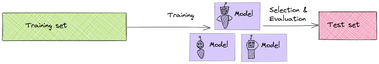
The Excalidraw diagram images/3-validation-select.png in ffund/intro-ml-tss21, before a commit. Source tidied: one line per element, renumbered; positions are measured from the earlier drawing's top-left corner, leaving out a move shared by most shapes.
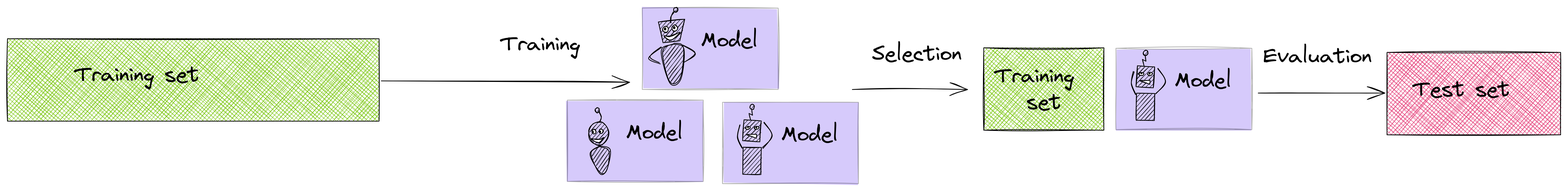
Later version of the same file.

The edit, as a diff of the source:
```diff
@@ -1,45 +1,62 @@
-{"id": 0, "type": "rectangle", "strokeColor": "#000000", "backgroundColor": "#82c91e", "fillStyle": "cross-hatch", "strokeWidth": 1, "roughness": 1, "x": 0, "y": 42, "width": 496, "height": 110}
-{"id": 1, "type": "text", "text": "Training set", "strokeColor": "#000000", "strokeWidth": 1, "roughness": 1, "fontSize": 28, "fontFamily": 1, "x": 93, "y": 74, "width": 166, "height": 35}
-{"id": 2, "type": "rectangle", "strokeColor": "#000000", "backgroundColor": "#e64980", "fillStyle": "cross-hatch", "strokeWidth": 1, "roughness": 1, "x": 1267, "y": 37, "width": 232, "height": 110}
+{"id": 45, "type": "rectangle", "strokeColor": "#000000", "backgroundColor": "#82c91e", "fillStyle": "cross-hatch", "strokeWidth": 1, "roughness": 1, "x": 1880, "y": -16, "width": 496, "height": 110}
+{"id": 46, "type": "text", "text": "Training set", "strokeColor": "#000000", "strokeWidth": 1, "roughness": 1, "fontSize": 28, "fontFamily": 1, "x": 1970, "y": 16, "width": 166, "height": 35}
+{"id": 47, "type": "arrow", "strokeColor": "#000000", "backgroundColor": "#12b886", "fillStyle": "solid", "strokeWidth": 1, "roughness": 1, "startArrowhead": "arrow", "from": 74, "to": 45, "x": 2710, "y": 42, "width": 331, "height": 2, "points": [[0, 0], [-331, -2]]}
+{"id": 6, "type": "text", "text": "Training", "strokeColor": "#000000", "backgroundColor": "#12b886", "fillStyle": "solid", "strokeWidth": 1, "roughness": 1, "fontSize": 28, "fontFamily": 1, "x": 2539, "y": -25, "width": 106, "height": 35}
+{"id": 48, "type": "rectangle", "strokeColor": "#000000", "backgroundColor": "#7950f2", "fillStyle": "solid", "strokeWidth": 1, "roughness": 1, "opacity": 30, "x": 2727, "y": -57, "width": 181, "height": 109}
+{"id": 49, "type": "text", "text": "Model", "strokeColor": "#000000", "backgroundColor": "#228be6", "fillStyle": "solid", "strokeWidth": 1, "roughness": 1, "fontSize": 28, "fontFamily": 1, "x": 2806, "y": -30, "width": 76, "height": 35}
+{"id": 50, "type": "line", "strokeColor": "#000000", "backgroundColor": "#000000", "fillStyle": "hachure", "strokeWidth": 1, "roughness": 1, "x": 2749, "y": -39, "width": 35, "height": 31, "points": [[0, 0], [6, 28], [29, 25], [35, -4], [0, 0]]}
+{"id": 51, "type": "line", "strokeColor": "#000000", "angle": 0.41, "backgroundColor": "#000000", "fillStyle": "hachure", "strokeWidth": 1, "roughness": 1, "round": true, "x": 2769, "y": -38, "width": 3, "height": 14, "points": [[0, 0], [-3, -7], [-2, -14]]}
+{"id": 52, "type": "ellipse", "strokeColor": "#000000", "angle": 6.58, "backgroundColor": "#000000", "fillStyle": "hachure", "strokeWidth": 1, "roughness": 1, "x": 2769, "y": -58, "width": 6, "height": 6}
+{"id": 53, "type": "line", "strokeColor": "#000000", "angle": 6.21, "backgroundColor": "#000000", "fillStyle": "hachure", "strokeWidth": 1, "roughness": 1, "round": true, "x": 2771, "y": -9, "width": 29, "height": 51, "points": [[0, 0], [12, 7], [6, 46], [-8, 50], [-17, 7], [-1, -1]]}
+{"id": 54, "type": "line", "strokeColor": "#000000", "angle": 0.13, "backgroundColor": "#000000", "fillStyle": "hachure", "strokeWidth": 1, "roughness": 1, "round": true, "x": 2780, "y": -7, "width": 17, "height": 21, "points": [[0, 0], [17, 8], [5, 21]]}
+{"id": 55, "type": "line", "strokeColor": "#000000", "angle": 6.08, "backgroundColor": "#000000", "fillStyle": "hachure", "strokeWidth": 1, "roughness": 1, "round": true, "x": 2755, "y": -4, "width": 19, "height": 22, "points": [[0, 0], [-19, 11], [-5, 22]]}
+{"id": 56, "type": "line", "strokeColor": "#000000", "backgroundColor": "#ffffff", "fillStyle": "solid", "strokeWidth": 1, "roughness": 1, "round": true, "x": 2777, "y": -25, "width": 22, "height": 11, "points": [[0, 0], [-9, 5], [-14, 6], [-21, 5], [-12, 11], [0, 1]]}
+{"id": 57, "type": "ellipse", "strokeColor": "#000000", "backgroundColor": "#ffffff", "fillStyle": "solid", "strokeWidth": 1, "roughness": 1, "x": 2755, "y": -33, "width": 7, "height": 8}
+{"id": 58, "type": "ellipse", "strokeColor": "#000000", "backgroundColor": "#000000", "fillStyle": "solid", "strokeWidth": 1, "roughness": 0, "x": 2757, "y": -31, "width": 2, "height": 3}
+{"id": 59, "type": "ellipse", "strokeColor": "#000000", "backgroundColor": "#ffffff", "fillStyle": "solid", "strokeWidth": 1, "roughness": 1, "x": 2767, "y": -35, "width": 7, "height": 8}
+{"id": 60, "type": "ellipse", "strokeColor": "#000000", "backgroundColor": "#000000", "fillStyle": "solid", "strokeWidth": 1, "roughness": 0, "x": 2769, "y": -33, "width": 2, "height": 3}
+{"id": 61, "type": "rectangle", "strokeColor": "#000000", "backgroundColor": "#7950f2", "fillStyle": "solid", "strokeWidth": 1, "roughness": 1, "opacity": 30, "x": 2834, "y": 68, "width": 181, "height": 109}
+{"id": 62, "type": "text", "text": "Model", "strokeColor": "#000000", "backgroundColor": "#228be6", "fillStyle": "solid", "strokeWidth": 1, "roughness": 1, "fontSize": 28, "fontFamily": 1, "x": 2913, "y": 95, "width": 76, "height": 35}
+{"id": 63, "type": "rectangle", "strokeColor": "#000000", "angle": 0.01, "backgroundColor": "#000000", "fillStyle": "hachure", "strokeWidth": 1, "roughness": 1, "x": 2862, "y": 129, "width": 24, "height": 36}
+{"id": 64, "type": "rectangle", "strokeColor": "#000000", "angle": 0.07, "backgroundColor": "#000000", "fillStyle": "hachure", "strokeWidth": 1, "roughness": 1, "x": 2862, "y": 92, "width": 23, "height": 28}
+{"id": 65, "type": "ellipse", "strokeColor": "#000000", "angle": 6.17, "backgroundColor": "#ffffff", "fillStyle": "solid", "strokeWidth": 1, "roughness": 1, "x": 2877, "y": 101, "width": 7, "height": 4}
+{"id": 66, "type": "ellipse", "strokeColor": "#000000", "angle": 6.17, "backgroundColor": "#ffffff", "fillStyle": "solid", "strokeWidth": 1, "roughness": 1, "x": 2865, "y": 101, "width": 7, "height": 4}
+{"id": 67, "type": "ellipse", "strokeColor": "#000000", "angle": 6.28, "backgroundColor": "#000000", "fillStyle": "hachure", "strokeWidth": 1, "roughness": 1, "x": 2871, "y": 71, "width": 6, "height": 7}
+{"id": 68, "type": "line", "strokeColor": "#000000", "angle": 0.11, "backgroundColor": "#000000", "fillStyle": "solid", "strokeWidth": 1, "roughness": 1, "round": true, "x": 2890, "y": 130, "width": 13, "height": 34, "points": [[0, 0], [11, -17], [-1, -34]]}
+{"id": 69, "type": "line", "strokeColor": "#000000", "angle": 6.17, "backgroundColor": "#000000", "fillStyle": "solid", "strokeWidth": 1, "roughness": 1, "round": true, "x": 2859, "y": 130, "width": 5, "height": 31, "points": [[0, 0], [-5, -16], [1, -31]]}
+{"id": 70, "type": "line", "strokeColor": "#000000", "backgroundColor": "#ffffff", "fillStyle": "solid", "strokeWidth": 1, "roughness": 1, "x": 2866, "y": 112, "width": 14, "height": 5, "points": [[0, 0], [14, 0], [14, 5], [0, 0]]}
+{"id": 71, "type": "line", "strokeColor": "#000000", "backgroundColor": "#000000", "fillStyle": "hachure", "strokeWidth": 1, "roughness": 1, "x": 2872, "y": 92, "width": 5, "height": 15, "points": [[0, 0], [-2, -9], [2, -7], [1, -15]]}
+{"id": 72, "type": "ellipse", "strokeColor": "#000000", "backgroundColor": "#000000", "fillStyle": "solid", "strokeWidth": 1, "roughness": 0, "x": 2879, "y": 101, "width": 1, "height": 2}
+{"id": 73, "type": "ellipse", "strokeColor": "#000000", "backgroundColor": "#000000", "fillStyle": "solid", "strokeWidth": 1, "roughness": 0, "x": 2868, "y": 101, "width": 1, "height": 2}
+{"id": 74, "type": "rectangle", "strokeColor": "#000000", "backgroundColor": "#7950f2", "fillStyle": "solid", "strokeWidth": 1, "roughness": 1, "opacity": 30, "x": 2627, "y": 66, "width": 181, "height": 109}
+{"id": 75, "type": "text", "text": "Model", "strokeColor": "#000000", "backgroundColor": "#228be6", "fillStyle": "solid", "strokeWidth": 1, "roughness": 1, "fontSize": 28, "fontFamily": 1, "x": 2706, "y": 92, "width": 76, "height": 35}
+{"id": 76, "type": "line", "strokeColor": "#000000", "angle": 6.17, "backgroundColor": "#000000", "fillStyle": "hachure", "strokeWidth": 1, "roughness": 1, "round": true, "x": 2670, "y": 94, "width": 3, "height": 14, "points": [[0, 0], [3, -6], [0, -14]]}
+{"id": 77, "type": "ellipse", "strokeColor": "#000000", "angle": 6.17, "backgroundColor": "#000000", "fillStyle": "hachure", "strokeWidth": 1, "roughness": 1, "x": 2664, "y": 76, "width": 6, "height": 7}
+{"id": 78, "type": "ellipse", "strokeColor": "#000000", "backgroundColor": "#000000", "fillStyle": "hachure", "strokeWidth": 1, "roughness": 1, "x": 2656, "y": 94, "width": 27, "height": 31}
+{"id": 79, "type": "line", "strokeColor": "#000000", "angle": 6.17, "backgroundColor": "#000000", "fillStyle": "hachure", "strokeWidth": 1, "roughness": 1, "round": true, "x": 2673, "y": 128, "width": 26, "height": 35, "points": [[0, 0], [12, 7], [6, 32], [-4, 35], [-13, 8], [0, 0]]}
+{"id": 80, "type": "line", "strokeColor": "#000000", "backgroundColor": "#ffffff", "fillStyle": "solid", "strokeWidth": 1, "roughness": 1, "round": true, "x": 2672, "y": 118, "width": 16, "height": 7, "points": [[0, 0], [-6, 0], [-13, 0], [-4, 5], [3, -2], [0, 0]]}
+{"id": 81, "type": "ellipse", "strokeColor": "#000000", "backgroundColor": "#ffffff", "fillStyle": "solid", "strokeWidth": 1, "roughness": 1, "x": 2670, "y": 104, "width": 5, "height": 6}
+{"id": 82, "type": "ellipse", "strokeColor": "#000000", "backgroundColor": "#000000", "fillStyle": "solid", "strokeWidth": 1, "roughness": 0, "x": 2670, "y": 107, "width": 2, "height": 2}
+{"id": 83, "type": "ellipse", "strokeColor": "#000000", "backgroundColor": "#ffffff", "fillStyle": "solid", "strokeWidth": 1, "roughness": 1, "x": 2660, "y": 105, "width": 6, "height": 6}
+{"id": 84, "type": "ellipse", "strokeColor": "#000000", "backgroundColor": "#000000", "fillStyle": "solid", "strokeWidth": 1, "roughness": 0, "x": 2661, "y": 107, "width": 1, "height": 2}
+{"id": 85, "type": "rectangle", "strokeColor": "#000000", "backgroundColor": "#82c91e", "fillStyle": "cross-hatch", "strokeWidth": 1, "roughness": 1, "x": 3183, "y": -4, "width": 160, "height": 110}
+{"id": 86, "type": "text", "text": "Training \n   set ", "strokeColor": "#000000", "strokeWidth": 1, "roughness": 1, "fontSize": 28, "fontFamily": 1, "x": 3198, "y": 17, "width": 120, "height": 70}
+{"id": 87, "type": "arrow", "strokeColor": "#000000", "backgroundColor": "#12b886", "fillStyle": "solid", "strokeWidth": 1, "roughness": 1, "endArrowhead": "arrow", "from": 61, "to": 85, "x": 3008, "y": 51, "width": 154, "height": 0, "points": [[0, 0], [154, 0]]}
+{"id": 88, "type": "text", "text": "Selection", "strokeColor": "#000000", "backgroundColor": "#12b886", "fillStyle": "solid", "strokeWidth": 1, "roughness": 1, "fontSize": 28, "fontFamily": 1, "x": 3034, "y": -12, "width": 120, "height": 35}
+{"id": 89, "type": "rectangle", "strokeColor": "#000000", "backgroundColor": "#7950f2", "fillStyle": "solid", "strokeWidth": 1, "roughness": 1, "opacity": 30, "x": 3360, "y": -4, "width": 181, "height": 109}
+{"id": 90, "type": "text", "text": "Model", "strokeColor": "#000000", "backgroundColor": "#228be6", "fillStyle": "solid", "strokeWidth": 1, "roughness": 1, "fontSize": 28, "fontFamily": 1, "x": 3438, "y": 23, "width": 76, "height": 35}
+{"id": 91, "type": "rectangle", "strokeColor": "#000000", "angle": 0.01, "backgroundColor": "#000000", "fillStyle": "hachure", "strokeWidth": 1, "roughness": 1, "x": 3387, "y": 56, "width": 24, "height": 36}
+{"id": 92, "type": "rectangle", "strokeColor": "#000000", "angle": 0.07, "backgroundColor": "#000000", "fillStyle": "hachure", "strokeWidth": 1, "roughness": 1, "x": 3387, "y": 20, "width": 23, "height": 28}
+{"id": 93, "type": "ellipse", "strokeColor": "#000000", "angle": 6.17, "backgroundColor": "#ffffff", "fillStyle": "solid", "strokeWidth": 1, "roughness": 1, "x": 3402, "y": 29, "width": 7, "height": 4}
+{"id": 94, "type": "ellipse", "strokeColor": "#000000", "angle": 6.17, "backgroundColor": "#ffffff", "fillStyle": "solid", "strokeWidth": 1, "roughness": 1, "x": 3390, "y": 29, "width": 7, "height": 4}
+{"id": 95, "type": "ellipse", "strokeColor": "#000000", "angle": 6.28, "backgroundColor": "#000000", "fillStyle": "hachure", "strokeWidth": 1, "roughness": 1, "x": 3396, "y": -1, "width": 6, "height": 7}
+{"id": 96, "type": "line", "strokeColor": "#000000", "angle": 0.11, "backgroundColor": "#000000", "fillStyle": "solid", "strokeWidth": 1, "roughness": 1, "round": true, "x": 3415, "y": 58, "width": 13, "height": 34, "points": [[0, 0], [11, -17], [-1, -34]]}
+{"id": 97, "type": "line", "strokeColor": "#000000", "angle": 6.17, "backgroundColor": "#000000", "fillStyle": "solid", "strokeWidth": 1, "roughness": 1, "round": true, "x": 3384, "y": 58, "width": 5, "height": 31, "points": [[0, 0], [-5, -16], [1, -31]]}
+{"id": 98, "type": "line", "strokeColor": "#000000", "backgroundColor": "#ffffff", "fillStyle": "solid", "strokeWidth": 1, "roughness": 1, "x": 3391, "y": 39, "width": 14, "height": 5, "points": [[0, 0], [14, 0], [14, 5], [0, 0]]}
+{"id": 99, "type": "line", "strokeColor": "#000000", "backgroundColor": "#000000", "fillStyle": "hachure", "strokeWidth": 1, "roughness": 1, "x": 3397, "y": 20, "width": 5, "height": 15, "points": [[0, 0], [-2, -9], [2, -7], [1, -15]]}
+{"id": 100, "type": "ellipse", "strokeColor": "#000000", "backgroundColor": "#000000", "fillStyle": "solid", "strokeWidth": 1, "roughness": 0, "x": 3404, "y": 29, "width": 1, "height": 2}
+{"id": 101, "type": "ellipse", "strokeColor": "#000000", "backgroundColor": "#000000", "fillStyle": "solid", "strokeWidth": 1, "roughness": 0, "x": 3393, "y": 29, "width": 1, "height": 2}
+{"id": 102, "type": "rectangle", "strokeColor": "#000000", "backgroundColor": "#e64980", "fillStyle": "cross-hatch", "strokeWidth": 1, "roughness": 1, "x": 3721, "y": 2, "width": 232, "height": 110}
-{"id": 3, "type": "text", "text": "Test set", "strokeColor": "#000000", "strokeWidth": 1, "roughness": 1, "fontSize": 28, "fontFamily": 1, "x": 1302, "y": 71, "width": 129, "height": 35}
+{"id": 3, "type": "text", "text": "Test set", "strokeColor": "#000000", "strokeWidth": 1, "roughness": 1, "fontSize": 28, "fontFamily": 1, "x": 3756, "y": 35, "width": 129, "height": 35}
-{"id": 4, "type": "arrow", "strokeColor": "#000000", "backgroundColor": "#12b886", "fillStyle": "solid", "strokeWidth": 1, "roughness": 1, "startArrowhead": "arrow", "from": 8, "to": 0, "x": 833, "y": 100, "width": 334, "height": 2, "points": [[0, 0], [-334, -2]]}
-{"id": 5, "type": "arrow", "strokeColor": "#000000", "backgroundColor": "#12b886", "fillStyle": "solid", "strokeWidth": 1, "roughness": 1, "endArrowhead": "arrow", "from": 8, "to": 2, "x": 1043, "y": 93, "width": 221, "height": 1, "points": [[0, 0], [221, -1]]}
-{"id": 6, "type": "text", "text": "Training", "strokeColor": "#000000", "backgroundColor": "#12b886", "fillStyle": "solid", "strokeWidth": 1, "roughness": 1, "fontSize": 28, "fontFamily": 1, "x": 661, "y": 33, "width": 106, "height": 35}
-{"id": 7, "type": "text", "text": "Selection &\nEvaluation", "strokeColor": "#000000", "backgroundColor": "#12b886", "fillStyle": "solid", "strokeWidth": 1, "roughness": 1, "fontSize": 28, "fontFamily": 1, "x": 1070, "y": 13, "width": 154, "height": 70}
-{"id": 8, "type": "rectangle", "strokeColor": "#000000", "backgroundColor": "#7950f2", "fillStyle": "solid", "strokeWidth": 1, "roughness": 1, "opacity": 30, "x": 850, "y": 1, "width": 181, "height": 109}
-{"id": 9, "type": "text", "text": "Model", "strokeColor": "#000000", "backgroundColor": "#228be6", "fillStyle": "solid", "strokeWidth": 1, "roughness": 1, "fontSize": 28, "fontFamily": 1, "x": 929, "y": 28, "width": 76, "height": 35}
-{"id": 10, "type": "line", "strokeColor": "#000000", "backgroundColor": "#000000", "fillStyle": "hachure", "strokeWidth": 1, "roughness": 1, "x": 872, "y": 19, "width": 35, "height": 31, "points": [[0, 0], [6, 28], [29, 25], [35, -4], [0, 0]]}
-{"id": 11, "type": "line", "strokeColor": "#000000", "angle": 0.41, "backgroundColor": "#000000", "fillStyle": "hachure", "strokeWidth": 1, "roughness": 1, "x": 891, "y": 20, "width": 3, "height": 14, "points": [[0, 0], [-3, -7], [-2, -14]]}
-{"id": 12, "type": "ellipse", "strokeColor": "#000000", "angle": 6.58, "backgroundColor": "#000000", "fillStyle": "hachure", "strokeWidth": 1, "roughness": 1, "x": 892, "y": 0, "width": 6, "height": 6}
-{"id": 13, "type": "line", "strokeColor": "#000000", "angle": 6.21, "backgroundColor": "#000000", "fillStyle": "hachure", "strokeWidth": 1, "roughness": 1, "x": 894, "y": 49, "width": 29, "height": 51, "points": [[0, 0], [12, 7], [6, 46], [-8, 50], [-17, 7], [-1, -1]]}
-{"id": 14, "type": "line", "strokeColor": "#000000", "angle": 0.13, "backgroundColor": "#000000", "fillStyle": "hachure", "strokeWidth": 1, "roughness": 1, "x": 903, "y": 52, "width": 17, "height": 21, "points": [[0, 0], [17, 8], [5, 21]]}
-{"id": 15, "type": "line", "strokeColor": "#000000", "angle": 6.08, "backgroundColor": "#000000", "fillStyle": "hachure", "strokeWidth": 1, "roughness": 1, "x": 878, "y": 54, "width": 19, "height": 22, "points": [[0, 0], [-19, 11], [-5, 22]]}
-{"id": 16, "type": "line", "strokeColor": "#000000", "backgroundColor": "#ffffff", "fillStyle": "solid", "strokeWidth": 1, "roughness": 1, "x": 900, "y": 33, "width": 22, "height": 11, "points": [[0, 0], [-9, 5], [-14, 6], [-21, 5], [-12, 11], [0, 1]]}
-{"id": 17, "type": "ellipse", "strokeColor": "#000000", "backgroundColor": "#ffffff", "fillStyle": "solid", "strokeWidth": 1, "roughness": 1, "x": 878, "y": 25, "width": 7, "height": 8}
-{"id": 18, "type": "ellipse", "strokeColor": "#000000", "backgroundColor": "#000000", "fillStyle": "solid", "strokeWidth": 1, "roughness": 0, "x": 879, "y": 27, "width": 2, "height": 3}
-{"id": 19, "type": "ellipse", "strokeColor": "#000000", "backgroundColor": "#ffffff", "fillStyle": "solid", "strokeWidth": 1, "roughness": 1, "x": 890, "y": 23, "width": 7, "height": 8}
-{"id": 20, "type": "ellipse", "strokeColor": "#000000", "backgroundColor": "#000000", "fillStyle": "solid", "strokeWidth": 1, "roughness": 0, "x": 892, "y": 25, "width": 2, "height": 3}
-{"id": 21, "type": "rectangle", "strokeColor": "#000000", "backgroundColor": "#7950f2", "fillStyle": "solid", "strokeWidth": 1, "roughness": 1, "opacity": 30, "x": 957, "y": 127, "width": 181, "height": 109}
-{"id": 22, "type": "text", "text": "Model", "strokeColor": "#000000", "backgroundColor": "#228be6", "fillStyle": "solid", "strokeWidth": 1, "roughness": 1, "fontSize": 28, "fontFamily": 1, "x": 1036, "y": 153, "width": 76, "height": 35}
-{"id": 23, "type": "rectangle", "strokeColor": "#000000", "angle": 0.01, "backgroundColor": "#000000", "fillStyle": "hachure", "strokeWidth": 1, "roughness": 1, "x": 984, "y": 187, "width": 24, "height": 36}
-{"id": 24, "type": "rectangle", "strokeColor": "#000000", "angle": 0.07, "backgroundColor": "#000000", "fillStyle": "hachure", "strokeWidth": 1, "roughness": 1, "x": 985, "y": 151, "width": 23, "height": 28}
-{"id": 25, "type": "ellipse", "strokeColor": "#000000", "angle": 6.17, "backgroundColor": "#ffffff", "fillStyle": "solid", "strokeWidth": 1, "roughness": 1, "x": 999, "y": 159, "width": 7, "height": 4}
-{"id": 26, "type": "ellipse", "strokeColor": "#000000", "angle": 6.17, "backgroundColor": "#ffffff", "fillStyle": "solid", "strokeWidth": 1, "roughness": 1, "x": 988, "y": 159, "width": 7, "height": 4}
-{"id": 27, "type": "ellipse", "strokeColor": "#000000", "angle": 6.28, "backgroundColor": "#000000", "fillStyle": "hachure", "strokeWidth": 1, "roughness": 1, "x": 994, "y": 129, "width": 6, "height": 7}
-{"id": 28, "type": "line", "strokeColor": "#000000", "angle": 0.11, "backgroundColor": "#000000", "fillStyle": "solid", "strokeWidth": 1, "roughness": 1, "x": 1012, "y": 188, "width": 13, "height": 34, "points": [[0, 0], [11, -17], [-1, -34]]}
-{"id": 29, "type": "line", "strokeColor": "#000000", "angle": 6.17, "backgroundColor": "#000000", "fillStyle": "solid", "strokeWidth": 1, "roughness": 1, "x": 982, "y": 188, "width": 5, "height": 31, "points": [[0, 0], [-5, -16], [1, -31]]}
-{"id": 30, "type": "line", "strokeColor": "#000000", "backgroundColor": "#ffffff", "fillStyle": "solid", "strokeWidth": 1, "roughness": 1, "x": 989, "y": 170, "width": 14, "height": 5, "points": [[0, 0], [14, 0], [14, 5], [0, 0]]}
-{"id": 31, "type": "line", "strokeColor": "#000000", "backgroundColor": "#000000", "fillStyle": "hachure", "strokeWidth": 1, "roughness": 1, "x": 995, "y": 151, "width": 5, "height": 15, "points": [[0, 0], [-2, -9], [2, -7], [1, -15]]}
-{"id": 32, "type": "ellipse", "strokeColor": "#000000", "backgroundColor": "#000000", "fillStyle": "solid", "strokeWidth": 1, "roughness": 0, "x": 1002, "y": 160, "width": 1, "height": 2}
-{"id": 33, "type": "ellipse", "strokeColor": "#000000", "backgroundColor": "#000000", "fillStyle": "solid", "strokeWidth": 1, "roughness": 0, "x": 991, "y": 159, "width": 1, "height": 2}
-{"id": 34, "type": "rectangle", "strokeColor": "#000000", "backgroundColor": "#7950f2", "fillStyle": "solid", "strokeWidth": 1, "roughness": 1, "opacity": 30, "x": 750, "y": 124, "width": 181, "height": 109}
-{"id": 35, "type": "text", "text": "Model", "strokeColor": "#000000", "backgroundColor": "#228be6", "fillStyle": "solid", "strokeWidth": 1, "roughness": 1, "fontSize": 28, "fontFamily": 1, "x": 829, "y": 151, "width": 76, "height": 35}
-{"id": 36, "type": "line", "strokeColor": "#000000", "angle": 6.17, "backgroundColor": "#000000", "fillStyle": "hachure", "strokeWidth": 1, "roughness": 1, "x": 792, "y": 153, "width": 3, "height": 14, "points": [[0, 0], [3, -6], [0, -14]]}
-{"id": 37, "type": "ellipse", "strokeColor": "#000000", "angle": 6.17, "backgroundColor": "#000000", "fillStyle": "hachure", "strokeWidth": 1, "roughness": 1, "x": 787, "y": 134, "width": 6, "height": 7}
-{"id": 38, "type": "ellipse", "strokeColor": "#000000", "backgroundColor": "#000000", "fillStyle": "hachure", "strokeWidth": 1, "roughness": 1, "x": 779, "y": 153, "width": 27, "height": 31}
-{"id": 39, "type": "line", "strokeColor": "#000000", "angle": 6.17, "backgroundColor": "#000000", "fillStyle": "hachure", "strokeWidth": 1, "roughness": 1, "x": 796, "y": 186, "width": 26, "height": 35, "points": [[0, 0], [12, 7], [6, 32], [-4, 35], [-13, 8], [0, 0]]}
-{"id": 40, "type": "line", "strokeColor": "#000000", "backgroundColor": "#ffffff", "fillStyle": "solid", "strokeWidth": 1, "roughness": 1, "x": 795, "y": 176, "width": 16, "height": 7, "points": [[0, 0], [-6, 0], [-13, 0], [-4, 5], [3, -2], [0, 0]]}
-{"id": 41, "type": "ellipse", "strokeColor": "#000000", "backgroundColor": "#ffffff", "fillStyle": "solid", "strokeWidth": 1, "roughness": 1, "x": 793, "y": 162, "width": 5, "height": 6}
-{"id": 42, "type": "ellipse", "strokeColor": "#000000", "backgroundColor": "#000000", "fillStyle": "solid", "strokeWidth": 1, "roughness": 0, "x": 793, "y": 165, "width": 2, "height": 2}
-{"id": 43, "type": "ellipse", "strokeColor": "#000000", "backgroundColor": "#ffffff", "fillStyle": "solid", "strokeWidth": 1, "roughness": 1, "x": 783, "y": 163, "width": 6, "height": 6}
-{"id": 44, "type": "ellipse", "strokeColor": "#000000", "backgroundColor": "#000000", "fillStyle": "solid", "strokeWidth": 1, "roughness": 0, "x": 784, "y": 165, "width": 1, "height": 2}
+{"id": 103, "type": "arrow", "strokeColor": "#000000", "backgroundColor": "#12b886", "fillStyle": "solid", "strokeWidth": 1, "roughness": 1, "endArrowhead": "arrow", "from": 89, "to": 102, "x": 3549, "y": 56, "width": 169, "height": 0, "points": [[0, 0], [169, 0]]}
+{"id": 104, "type": "text", "text": "Evaluation", "strokeColor": "#000000", "backgroundColor": "#12b886", "fillStyle": "solid", "strokeWidth": 1, "roughness": 1, "fontSize": 28, "fontFamily": 1, "x": 3556, "y": -9, "width": 145, "height": 35}
```
